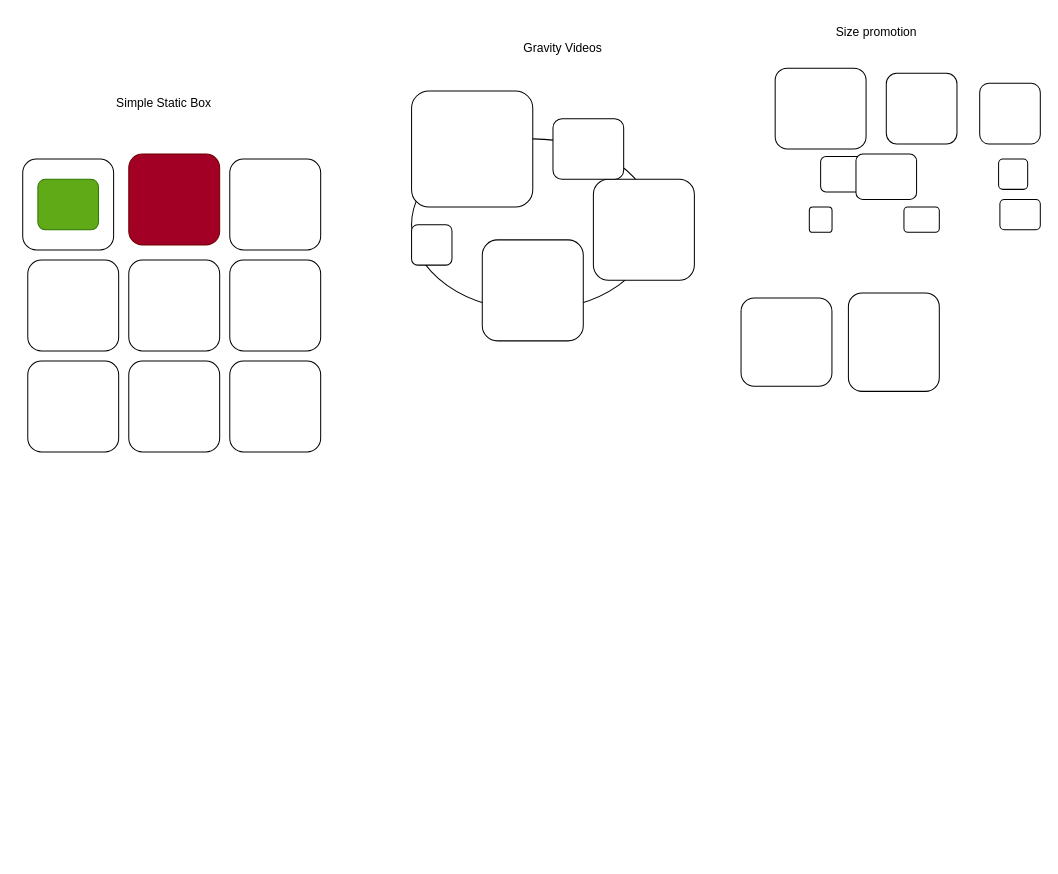
Above: diagrams/layout.drawio in zachrog/you-have-said-enough (draw.io), before the change. Source tidied: cells renumbered, new cells numbered last; positions are measured from the earlier drawing's top-left corner, leaving out a move shared by most shapes. Both pictures are drawn from the tidied source at 101%, with x=0, y=0 at pixel (22, 17).
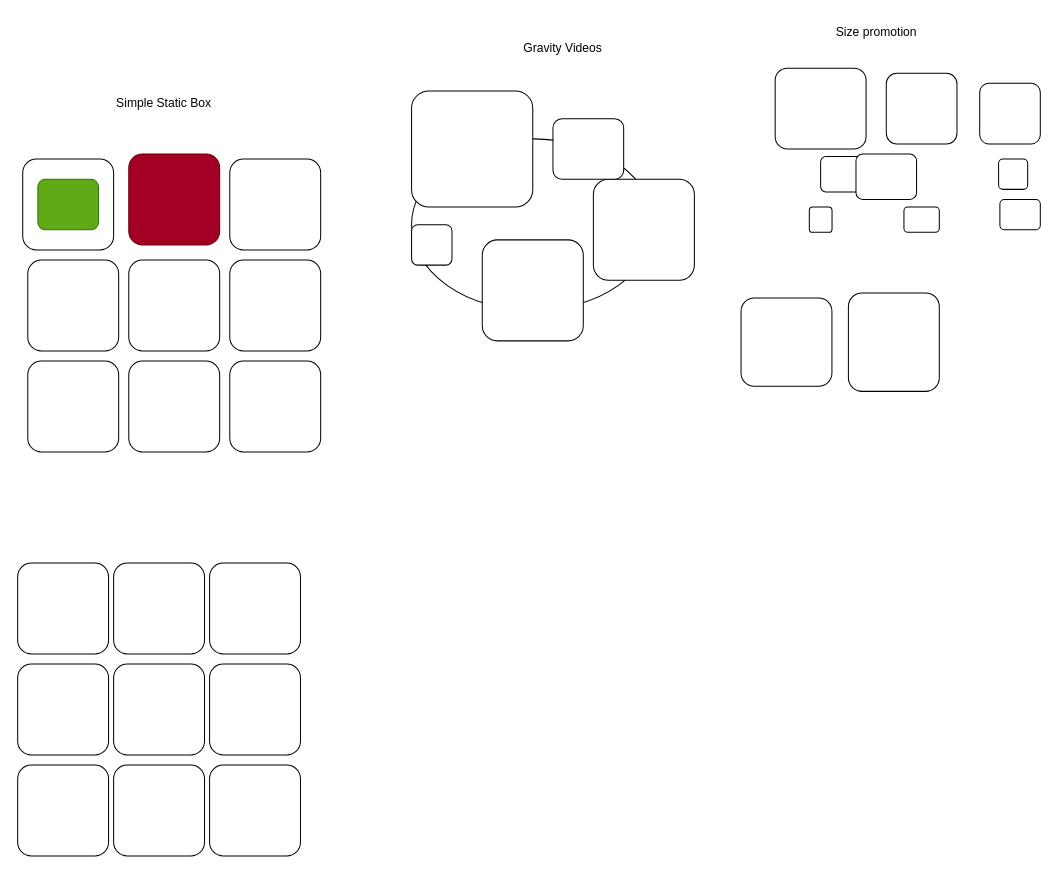
The same page after the edit.

Diff of the diagram source:
```diff
@@
+    <mxCell id="32" style="rounded=1;whiteSpace=wrap;html=1;" parent="1" vertex="1">
+      <mxGeometry x="-5" y="540" width="90" height="90" as="geometry" />
+    </mxCell>
+    <mxCell id="33" style="rounded=1;whiteSpace=wrap;html=1;" parent="1" vertex="1">
+      <mxGeometry x="90" y="540" width="90" height="90" as="geometry" />
+    </mxCell>
+    <mxCell id="34" style="rounded=1;whiteSpace=wrap;html=1;" parent="1" vertex="1">
+      <mxGeometry x="-5" y="640" width="90" height="90" as="geometry" />
+    </mxCell>
+    <mxCell id="35" style="rounded=1;whiteSpace=wrap;html=1;" parent="1" vertex="1">
+      <mxGeometry x="90" y="640" width="90" height="90" as="geometry" />
+    </mxCell>
+    <mxCell id="36" style="rounded=1;whiteSpace=wrap;html=1;" parent="1" vertex="1">
+      <mxGeometry x="-5" y="740" width="90" height="90" as="geometry" />
+    </mxCell>
+    <mxCell id="37" style="rounded=1;whiteSpace=wrap;html=1;" parent="1" vertex="1">
+      <mxGeometry x="90" y="740" width="90" height="90" as="geometry" />
+    </mxCell>
+    <mxCell id="38" style="rounded=1;whiteSpace=wrap;html=1;" parent="1" vertex="1">
+      <mxGeometry x="185" y="640" width="90" height="90" as="geometry" />
+    </mxCell>
+    <mxCell id="39" style="rounded=1;whiteSpace=wrap;html=1;" parent="1" vertex="1">
+      <mxGeometry x="185" y="540" width="90" height="90" as="geometry" />
+    </mxCell>
+    <mxCell id="40" style="rounded=1;whiteSpace=wrap;html=1;" parent="1" vertex="1">
+      <mxGeometry x="185" y="740" width="90" height="90" as="geometry" />
+    </mxCell>
```
